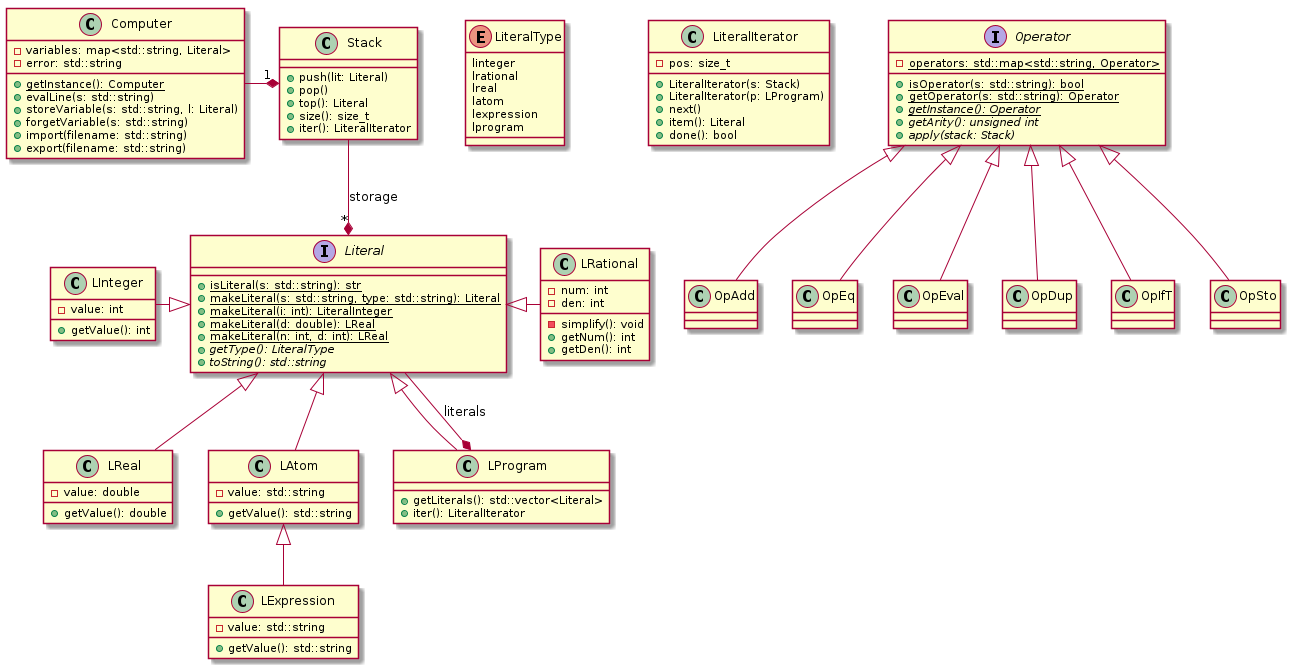
The PlantUML diagram UML/comput.png in pltheoclement/LO21, before a commit.
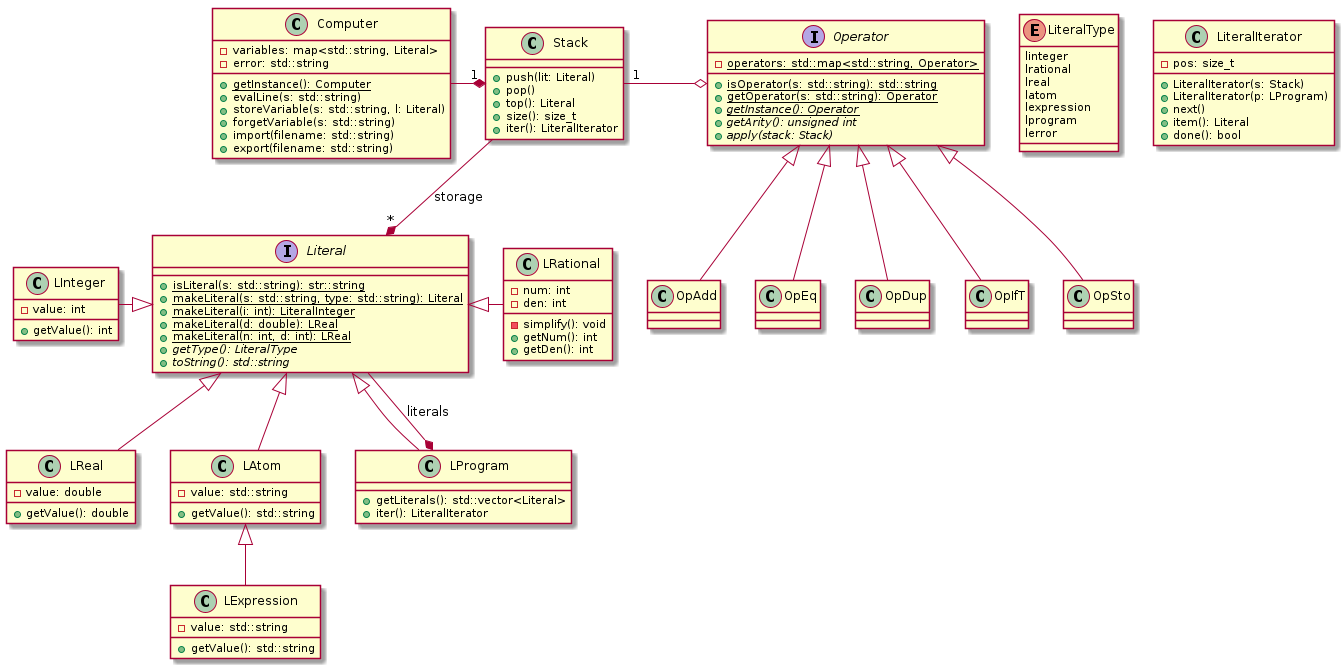
Later version of the same file.

Commit message:
modification des diagrammes UML

Diff of the diagram source:
```diff
@@ -19,10 +19,11 @@
     latom
     lexpression
     lprogram
+    lerror
 }
 
 interface Literal{
-    +{static}isLiteral(s: std::string): str
+    +{static}isLiteral(s: std::string): str::string
     +{static}makeLiteral(s: std::string, type: std::string): Literal
     +{static}makeLiteral(i: int): LiteralInteger
     +{static}makeLiteral(d: double): LReal
@@ -91,16 +92,17 @@
 
 interface Operator{
     -{static}operators: std::map<std::string, Operator>
-    +{static}isOperator(s: std::string): bool
+    +{static}isOperator(s: std::string): std::string
     +{static}getOperator(s: std::string): Operator
     +{static}{abstract}getInstance(): Operator
     +{abstract}getArity(): unsigned int
     +{abstract}apply(stack: Stack)
 }
 
+Operator o-left- "1" Stack
+
 Operator <|-- OpAdd
 Operator <|-- OpEq
-Operator <|-- OpEval
 Operator <|-- OpDup
 Operator <|-- OpIfT
 Operator <|-- OpSto
```
